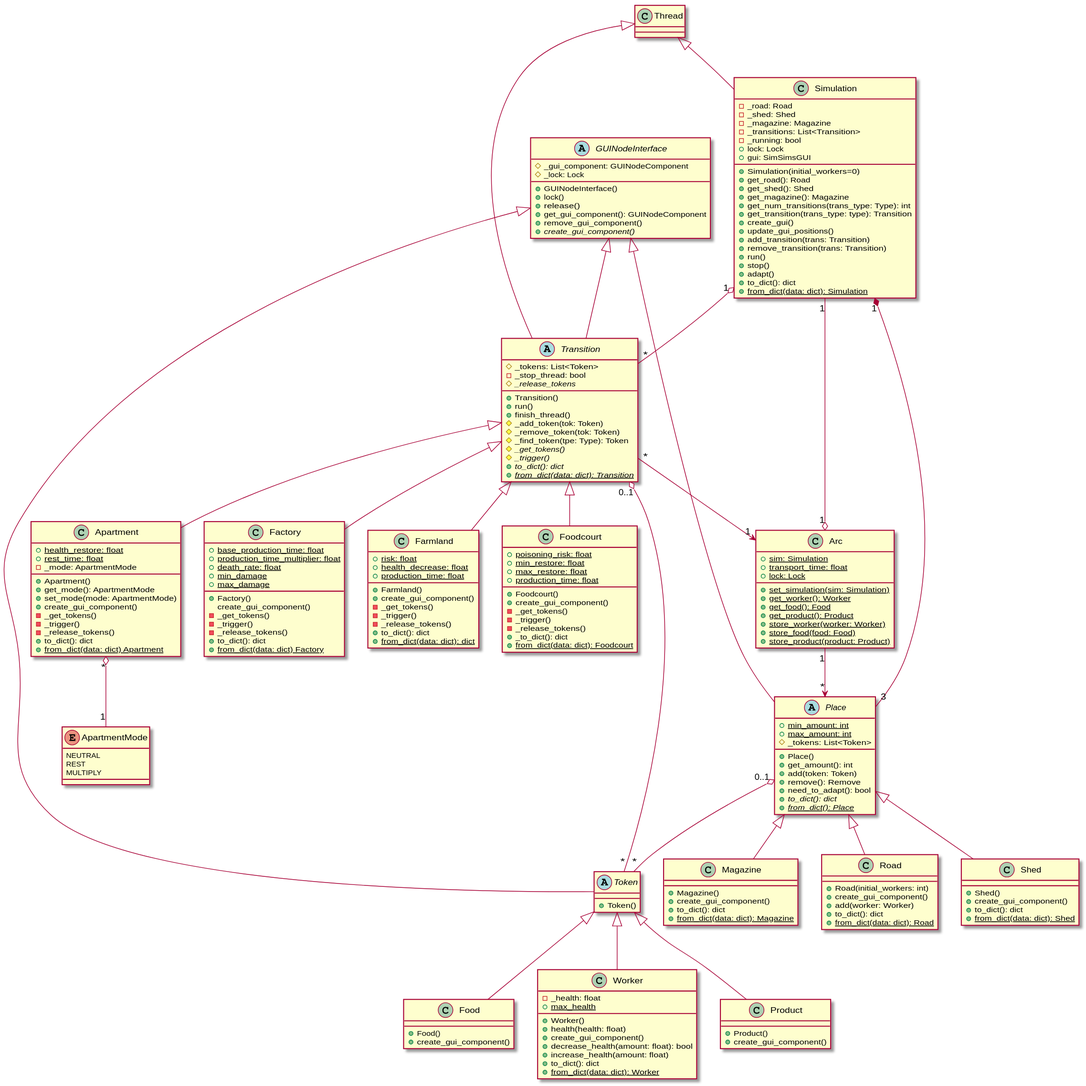
Earlier version of the PlantUML export OU3/SimSimUML.svg (vigge93-BTH-courses/DV1582-Programmering-fortsattningskurs).
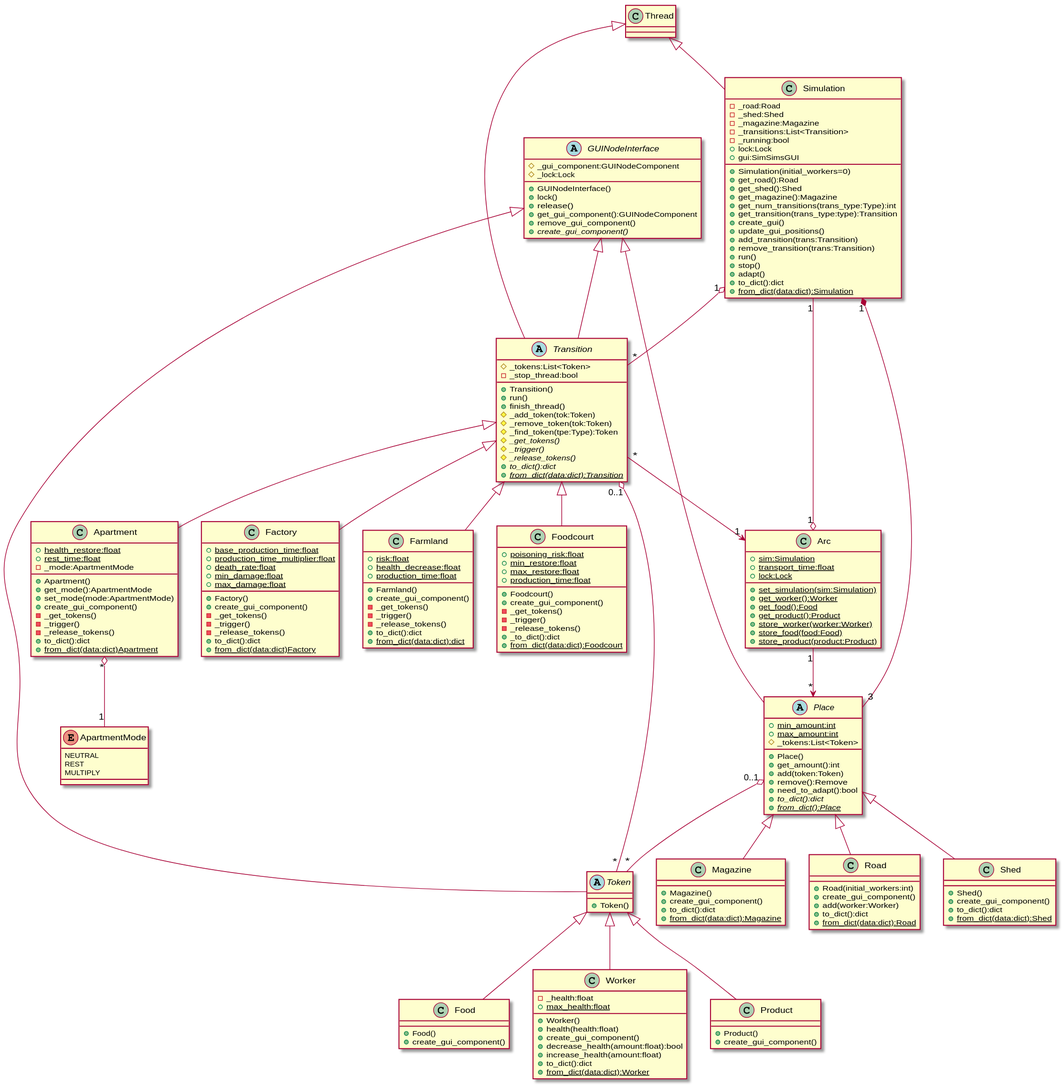
After the change.

What changed in the source:
```diff
@@ -22,155 +22,155 @@
     MULTIPLY
 }
 
-Simulation : - _road: Road
-Simulation : - _shed: Shed
-Simulation : - _magazine: Magazine
-Simulation : - _transitions: List<Transition>
-Simulation : - _running: bool
-Simulation : + lock: Lock
-Simulation : + gui: SimSimsGUI
+Simulation : - _road:Road
+Simulation : - _shed:Shed
+Simulation : - _magazine:Magazine
+Simulation : - _transitions:List<Transition>
+Simulation : - _running:bool
+Simulation : + lock:Lock
+Simulation : + gui:SimSimsGUI
 Simulation : + Simulation(initial_workers=0)
-Simulation : + get_road(): Road
-Simulation : + get_shed(): Shed
-Simulation : + get_magazine(): Magazine
-Simulation : + get_num_transitions(trans_type: Type): int
-Simulation : + get_transition(trans_type: type): Transition
+Simulation : + get_road():Road
+Simulation : + get_shed():Shed
+Simulation : + get_magazine():Magazine
+Simulation : + get_num_transitions(trans_type:Type):int
+Simulation : + get_transition(trans_type:type):Transition
 Simulation : + create_gui()
 Simulation : + update_gui_positions()
-Simulation : + add_transition(trans: Transition)
-Simulation : + remove_transition(trans: Transition)
+Simulation : + add_transition(trans:Transition)
+Simulation : + remove_transition(trans:Transition)
 Simulation : + run()
 Simulation : + stop()
 Simulation : + adapt()
-Simulation : + to_dict(): dict
-Simulation : {static} + from_dict(data: dict): Simulation
+Simulation : + to_dict():dict
+Simulation : {static} + from_dict(data:dict):Simulation
 
-Arc : {static} + sim: Simulation
-Arc : {static} + transport_time: float
-Arc : {static} + lock: Lock
-Arc : {static} + set_simulation(sim: Simulation)
-Arc : {static} + get_worker(): Worker
-Arc : {static} + get_food(): Food
-Arc : {static} + get_product(): Product
-Arc : {static} + store_worker(worker: Worker)
-Arc : {static} + store_food(food: Food)
-Arc : {static} + store_product(product: Product)
+Arc : {static} + sim:Simulation
+Arc : {static} + transport_time:float
+Arc : {static} + lock:Lock
+Arc : {static} + set_simulation(sim:Simulation)
+Arc : {static} + get_worker():Worker
+Arc : {static} + get_food():Food
+Arc : {static} + get_product():Product
+Arc : {static} + store_worker(worker:Worker)
+Arc : {static} + store_food(food:Food)
+Arc : {static} + store_product(product:Product)
 
-GUINodeInterface : # _gui_component: GUINodeComponent
-GUINodeInterface : # _lock: Lock
+GUINodeInterface : # _gui_component:GUINodeComponent
+GUINodeInterface : # _lock:Lock
 GUINodeInterface : + GUINodeInterface()
 GUINodeInterface : + lock()
 GUINodeInterface : + release()
-GUINodeInterface : + get_gui_component(): GUINodeComponent
+GUINodeInterface : + get_gui_component():GUINodeComponent
 GUINodeInterface : + remove_gui_component()
-GUINodeInterface : + {abstract} create_gui_component()
+GUINodeInterface : {abstract} + create_gui_component()
 
-Place : {static} + min_amount: int
-Place : {static} + max_amount: int
-Place : # _tokens: List<Token>
+Place : {static} + min_amount:int
+Place : {static} + max_amount:int
+Place : # _tokens:List<Token>
 Place : + Place()
-Place : + get_amount(): int
-Place : + add(token: Token)
-Place : + remove(): Remove
-Place : + need_to_adapt(): bool
-Place : + {abstract} to_dict(): dict
-Place : + {abstract} {static} from_dict(): Place
+Place : + get_amount():int
+Place : + add(token:Token)
+Place : + remove():Remove
+Place : + need_to_adapt():bool
+Place : {abstract} + to_dict():dict
+Place : {abstract} {static} + from_dict():Place
 
 Token : + Token()
 
-Transition : # _tokens: List<Token>
-Transition : - _stop_thread: bool
+Transition : # _tokens:List<Token>
+Transition : - _stop_thread:bool
 Transition : + Transition()
 Transition : + run()
 Transition : + finish_thread()
-Transition : # _add_token(tok: Token)
-Transition : # _remove_token(tok: Token)
-Transition : # _find_token(tpe: Type): Token
+Transition : # _add_token(tok:Token)
+Transition : # _remove_token(tok:Token)
+Transition : # _find_token(tpe:Type):Token
 Transition : {abstract} # _get_tokens()
 Transition : {abstract} # _trigger()
-Transition : {abstract} # _release_tokens
-Transition : {abstract} + to_dict(): dict
-Transition : {abstract} {static} + from_dict(data: dict): Transition
+Transition : {abstract} # _release_tokens()
+Transition : {abstract} + to_dict():dict
+Transition : {abstract} {static} + from_dict(data:dict):Transition
 Product : + Product()
 Product : + create_gui_component()
 
 Food : + Food()
 Food : + create_gui_component()
 
-Worker : - _health: float
-Worker : {static} + max_health
+Worker : - _health:float
+Worker : {static} + max_health:float
 Worker : + Worker()
-Worker : + health(health: float)
+Worker : + health(health:float)
 Worker : + create_gui_component()
-Worker : + decrease_health(amount: float): bool
-Worker : + increase_health(amount: float)
-Worker : + to_dict(): dict
-Worker : {static} + from_dict(data: dict): Worker
+Worker : + decrease_health(amount:float):bool
+Worker : + increase_health(amount:float)
+Worker : + to_dict():dict
+Worker : {static} + from_dict(data:dict):Worker
 
-Apartment : {static} + health_restore: float
-Apartment : {static} + rest_time: float
-Apartment : - _mode: ApartmentMode
+Apartment : {static} + health_restore:float
+Apartment : {static} + rest_time:float
+Apartment : - _mode:ApartmentMode
 Apartment : + Apartment()
-Apartment : + get_mode(): ApartmentMode
-Apartment : + set_mode(mode: ApartmentMode)
+Apartment : + get_mode():ApartmentMode
+Apartment : + set_mode(mode:ApartmentMode)
 Apartment : + create_gui_component()
 Apartment : - _get_tokens()
 Apartment : - _trigger()
 Apartment : - _release_tokens()
-Apartment : + to_dict(): dict
-Apartment : {static} + from_dict(data: dict) Apartment
+Apartment : + to_dict():dict
+Apartment : {static} + from_dict(data:dict)Apartment
 
-Factory : {static} + base_production_time: float
-Factory : {static} + production_time_multiplier: float
-Factory : {static} + death_rate: float
-Factory : {static} + min_damage
-Factory : {static} + max_damage
+Factory : {static} + base_production_time:float
+Factory : {static} + production_time_multiplier:float
+Factory : {static} + death_rate:float
+Factory : {static} + min_damage:float
+Factory : {static} + max_damage:float
 Factory : + Factory()
-Factory : create_gui_component()
+Factory : + create_gui_component()
 Factory : - _get_tokens()
 Factory : - _trigger()
 Factory : - _release_tokens()
-Factory : + to_dict(): dict
-Factory : {static} + from_dict(data: dict) Factory
+Factory : + to_dict():dict
+Factory : {static} + from_dict(data:dict)Factory
 
-Farmland : {static} + risk: float
-Farmland : {static} + health_decrease: float
-Farmland : {static} + production_time: float
+Farmland : {static} + risk:float
+Farmland : {static} + health_decrease:float
+Farmland : {static} + production_time:float
 Farmland : + Farmland()
 Farmland : + create_gui_component()
 Farmland : - _get_tokens()
 Farmland : - _trigger()
 Farmland : - _release_tokens()
-Farmland : + to_dict(): dict
-Farmland : {static} + from_dict(data: dict): dict
+Farmland : + to_dict():dict
+Farmland : {static} + from_dict(data:dict):dict
 
-Foodcourt : {static} + poisoning_risk: float
-Foodcourt : {static} + min_restore: float
-Foodcourt : {static} + max_restore: float
-Foodcourt : {static} + production_time: float
+Foodcourt : {static} + poisoning_risk:float
+Foodcourt : {static} + min_restore:float
+Foodcourt : {static} + max_restore:float
+Foodcourt : {static} + production_time:float
 Foodcourt : + Foodcourt()
 Foodcourt : + create_gui_component()
 Foodcourt : - _get_tokens()
 Foodcourt : - _trigger()
 Foodcourt : - _release_tokens()
-Foodcourt : + _to_dict(): dict
-Foodcourt : {static} + from_dict(data: dict): Foodcourt
+Foodcourt : + _to_dict():dict
+Foodcourt : {static} + from_dict(data:dict):Foodcourt
 
 Shed : + Shed()
 Shed : + create_gui_component()
-Shed : + to_dict(): dict
-Shed : {static} + from_dict(data: dict): Shed
+Shed : + to_dict():dict
+Shed : {static} + from_dict(data:dict):Shed
 
 Magazine : + Magazine()
 Magazine : + create_gui_component()
-Magazine : + to_dict(): dict
-Magazine : {static} + from_dict(data: dict): Magazine
+Magazine : + to_dict():dict
+Magazine : {static} + from_dict(data:dict):Magazine
 
-Road : + Road(initial_workers: int)
+Road : + Road(initial_workers:int)
 Road : + create_gui_component()
-Road : + add(worker: Worker)
-Road : + to_dict(): dict
-Road : {static} + from_dict(data: dict): Road
+Road : + add(worker:Worker)
+Road : + to_dict():dict
+Road : {static} + from_dict(data:dict):Road
 
 Place <|-- Road
 Place <|-- Shed
```
